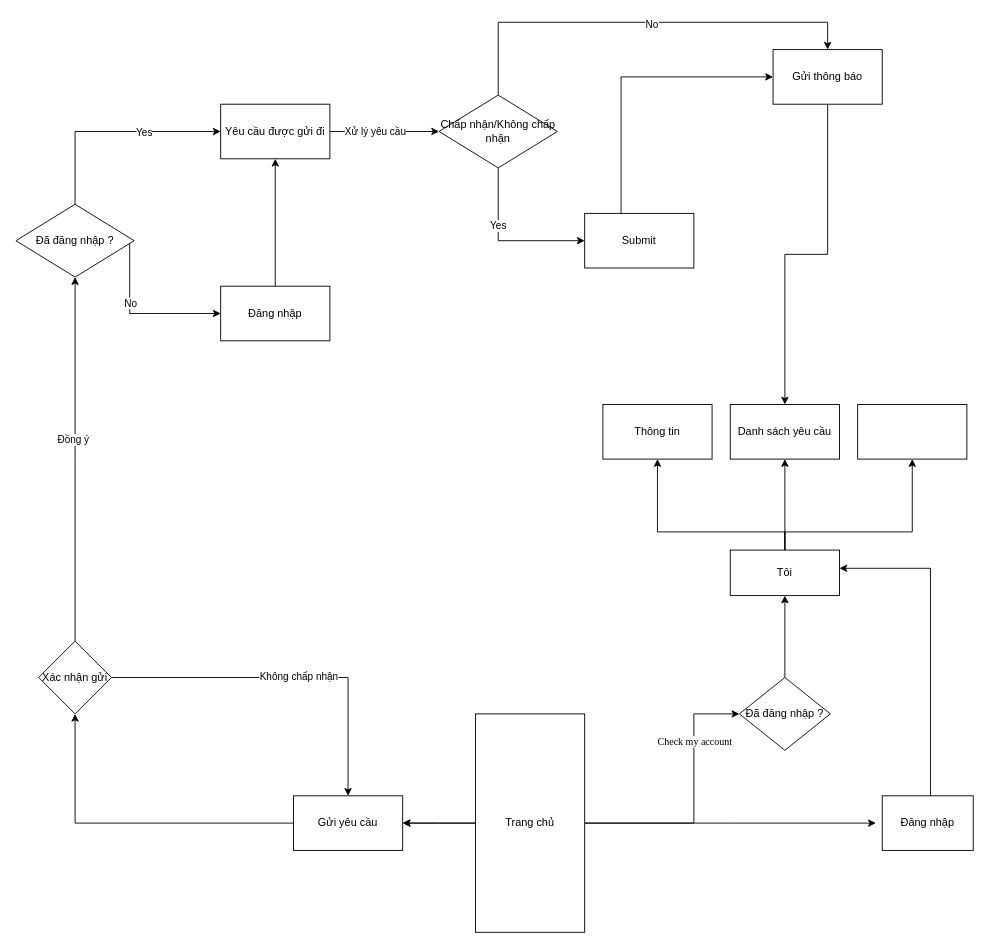
Above: diagram/sodo.drawio in zanedev2304/blogVanLang (draw.io), before the change. Source tidied: cells renumbered, new cells numbered last; positions are measured from the earlier drawing's top-left corner, leaving out a move shared by most shapes. Both pictures are drawn from the tidied source at 91%, with x=0, y=0 at pixel (15, 22).
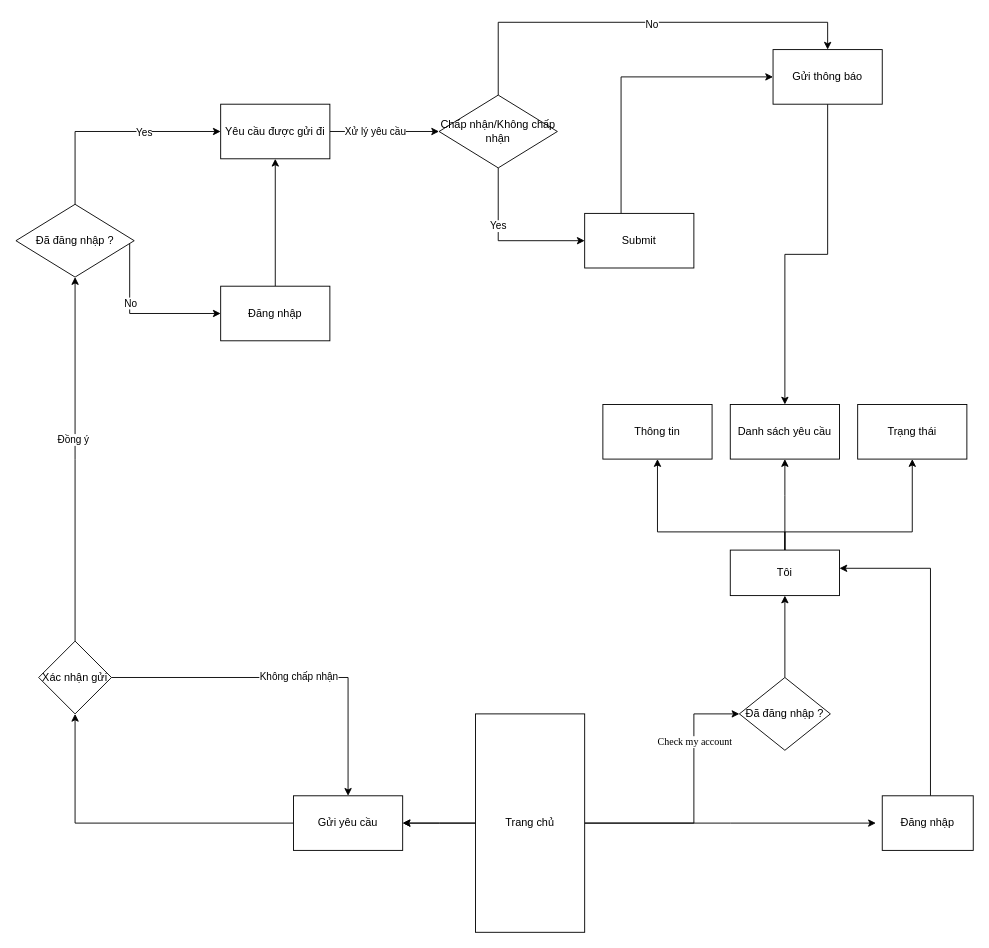
Above is the later version.

Diff of the diagram source:
```diff
@@
-    <mxCell id="18" style="rounded=0;whiteSpace=wrap;html=1;" parent="1" vertex="1">
+    <mxCell id="18" value="Trạng thái" style="rounded=0;whiteSpace=wrap;html=1;" parent="1" vertex="1">
       <mxGeometry x="925" y="420" width="120" height="60" as="geometry" />
     </mxCell>
```
